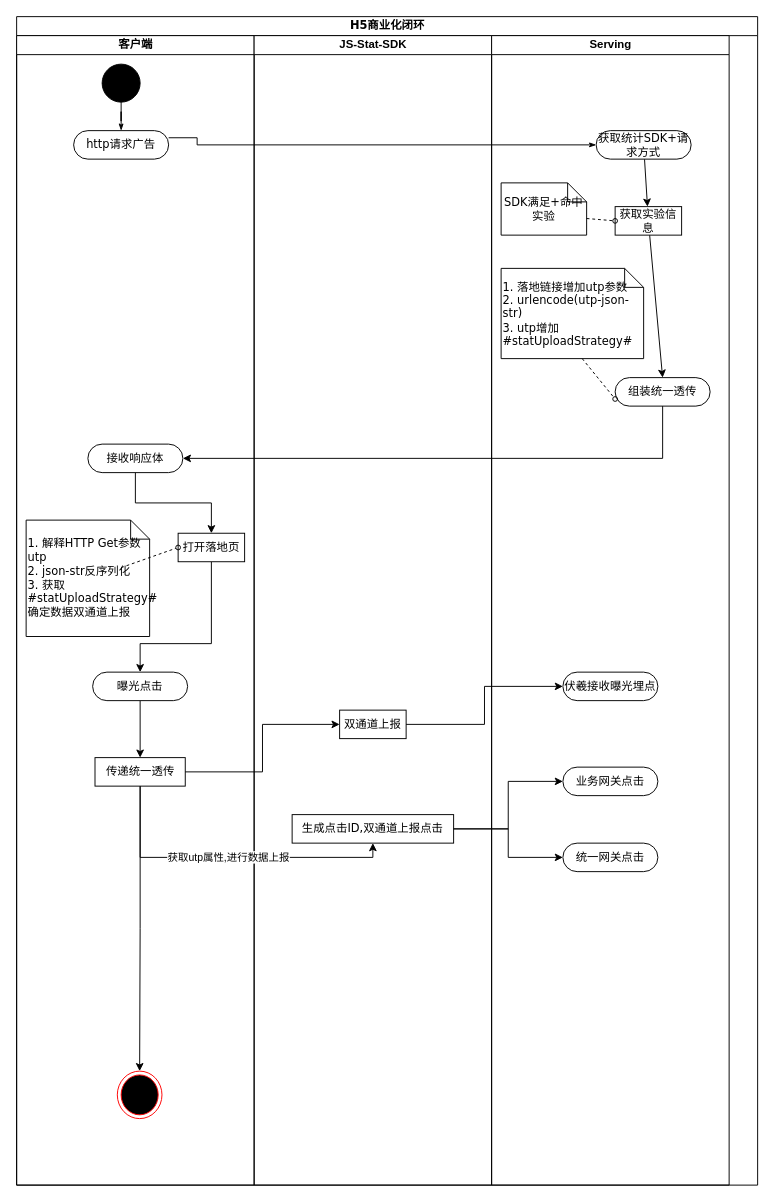
karlchan-cn/drawio-repository keeps this draw.io diagram as universal-engine/h5targetUrl-transparent.drawio. Above is the earlier version. Source tidied: cells renumbered, new cells numbered last; positions are measured from the earlier drawing's top-left corner, leaving out a move shared by most shapes. Both pictures are drawn from the tidied source at 95%, with x=0, y=0 at pixel (16, 16).
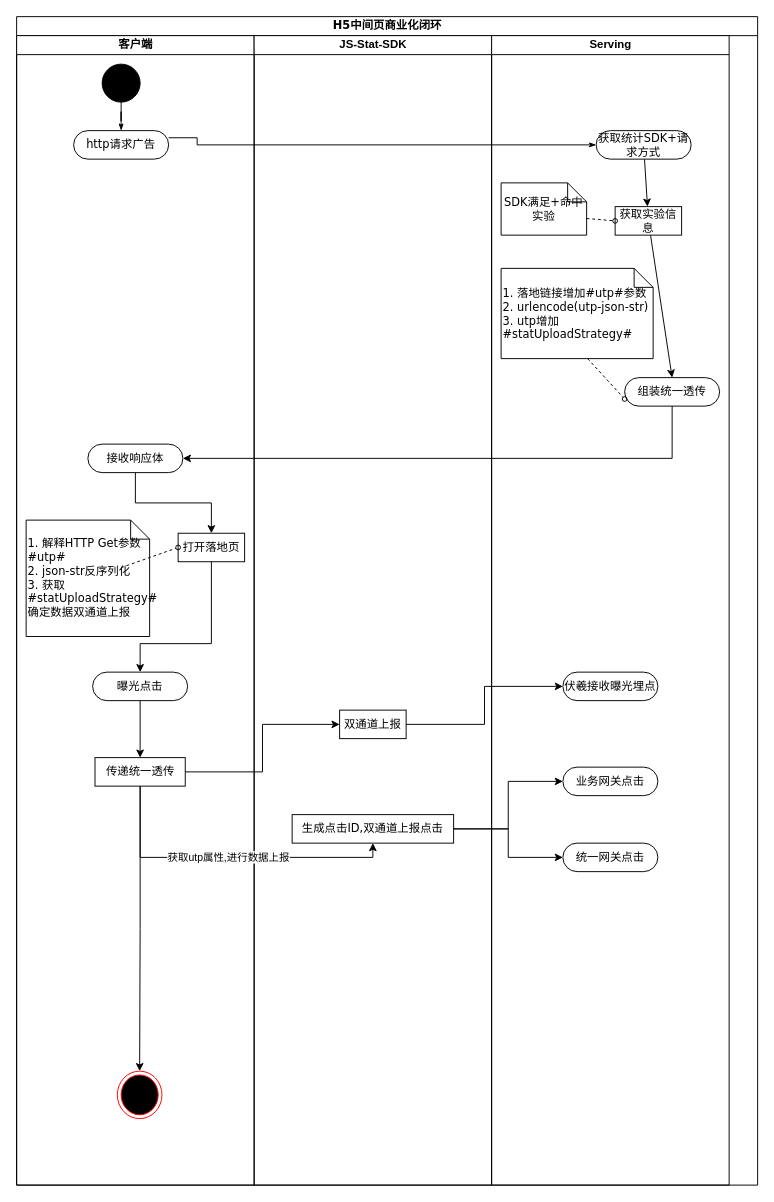
The same page after the edit.

The change refers to these unchanged cells:
```xml
<mxCell id="3" value="客户端" style="swimlane;html=1;startSize=20;" parent="2" vertex="1">
  <mxGeometry y="20" width="250" height="1210" as="geometry" />
</mxCell>
<mxCell id="21" value="Serving" style="swimlane;html=1;startSize=20;" parent="2" vertex="1">
  <mxGeometry x="500" y="20" width="250" height="1210" as="geometry" />
</mxCell>
```

What changed in the source:
```diff
@@
-    <mxCell id="2" value="H5商业化闭环" style="swimlane;html=1;startSize=20;rounded=0;shadow=0;comic=0;labelBackgroundColor=none;strokeWidth=1;fontFamily=Verdana;fontSize=12;align=center;" parent="1" vertex="1">
+    <mxCell id="2" value="H5中间页商业化闭环" style="swimlane;html=1;startSize=20;rounded=0;shadow=0;comic=0;labelBackgroundColor=none;strokeWidth=1;fontFamily=Verdana;fontSize=12;align=center;" parent="1" vertex="1">
       <mxGeometry width="780" height="1230" as="geometry" />
     </mxCell>
@@
-    <mxCell id="11" value="1. 解释HTTP Get参数utp&lt;br&gt;2. json-str反序列化&lt;br&gt;3. 获取#statUploadStrategy#&lt;br&gt;确定数据双通道上报" style="shape=note;whiteSpace=wrap;html=1;rounded=0;shadow=0;comic=0;labelBackgroundColor=none;strokeWidth=1;fontFamily=Verdana;fontSize=12;align=left;size=20;" parent="3" vertex="1">
+    <mxCell id="11" value="1. 解释HTTP Get参数#utp#&lt;br&gt;2. json-str反序列化&lt;br&gt;3. 获取#statUploadStrategy#&lt;br&gt;确定数据双通道上报" style="shape=note;whiteSpace=wrap;html=1;rounded=0;shadow=0;comic=0;labelBackgroundColor=none;strokeWidth=1;fontFamily=Verdana;fontSize=12;align=left;size=20;" parent="3" vertex="1">
       <mxGeometry x="10" y="510" width="130" height="122.5" as="geometry" />
     </mxCell>
@@
     <mxCell id="26" value="组装统一透传" style="rounded=1;whiteSpace=wrap;html=1;shadow=0;comic=0;labelBackgroundColor=none;strokeWidth=1;fontFamily=Verdana;fontSize=12;align=center;arcSize=50;" parent="21" vertex="1">
-      <mxGeometry x="130" y="360" width="100" height="30" as="geometry" />
+      <mxGeometry x="140" y="360" width="100" height="30" as="geometry" />
     </mxCell>
-    <mxCell id="27" value="1. 落地链接增加utp参数&lt;br&gt;2. urlencode(utp-json-str)&lt;br&gt;3. utp增加#statUploadStrategy#" style="shape=note;whiteSpace=wrap;html=1;rounded=0;shadow=0;comic=0;labelBackgroundColor=none;strokeWidth=1;fontFamily=Verdana;fontSize=12;align=left;size=20;" parent="21" vertex="1">
-      <mxGeometry x="10" y="245" width="150" height="95" as="geometry" />
+    <mxCell id="27" value="1. 落地链接增加#utp#参数&lt;br&gt;2. urlencode(utp-json-str)&lt;br&gt;3. utp增加#statUploadStrategy#" style="shape=note;whiteSpace=wrap;html=1;rounded=0;shadow=0;comic=0;labelBackgroundColor=none;strokeWidth=1;fontFamily=Verdana;fontSize=12;align=left;size=20;" parent="21" vertex="1">
+      <mxGeometry x="10" y="245" width="160" height="95" as="geometry" />
     </mxCell>
```
